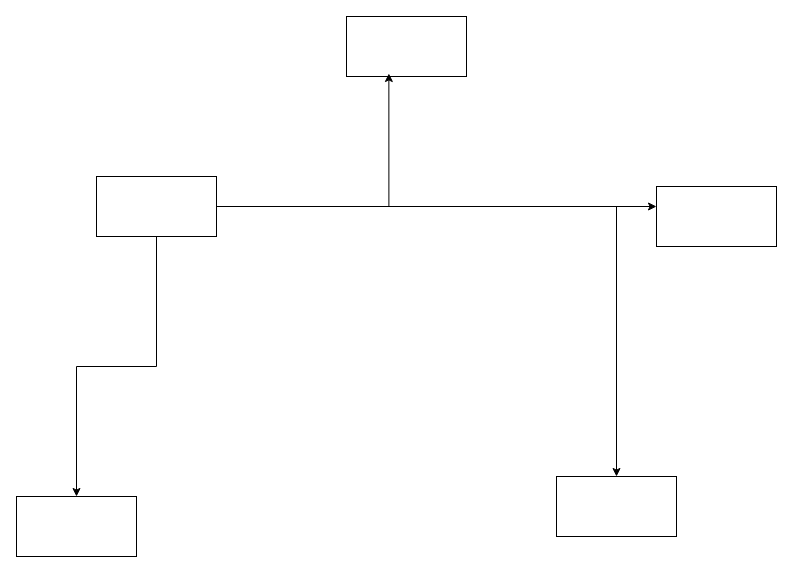
The draw.io diagram Flowchart/UntitledDiagram.drawio in ndyyyyyyyyyy/DashboardScada, before the edit. Source tidied: cells renumbered, new cells numbered last; positions are measured from the earlier drawing's top-left corner, leaving out a move shared by most shapes. Both pictures are drawn from the tidied source at 100%, with x=0, y=0 at pixel (16, 16).
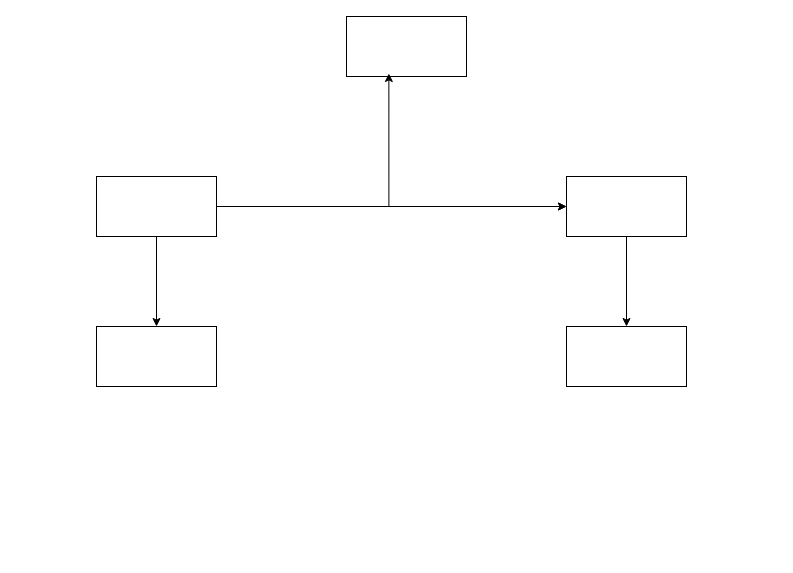
The same page after the edit.

The edit, as a diff of the source:
```diff
@@
 <mxGraphModel>
   <root>
     <mxCell id="0" />
     <mxCell id="1" parent="0" />
     <mxCell id="2" style="edgeStyle=orthogonalEdgeStyle;rounded=0;jettySize=auto;html=1;" parent="1" edge="1" source="5" target="9">
       <mxGeometry relative="1" as="geometry" />
     </mxCell>
     <mxCell id="3" style="edgeStyle=orthogonalEdgeStyle;rounded=0;jettySize=auto;html=1;" parent="1" edge="1" source="5" target="7">
       <mxGeometry relative="1" as="geometry">
         <Array as="points">
           <mxPoint x="480" y="190" />
           <mxPoint x="480" y="190" />
         </Array>
       </mxGeometry>
     </mxCell>
-    <mxCell id="4" style="edgeStyle=orthogonalEdgeStyle;rounded=0;jettySize=auto;html=1;" parent="1" edge="1" source="5" target="8">
+    <mxCell id="4" style="edgeStyle=orthogonalEdgeStyle;rounded=0;jettySize=auto;html=1;" parent="1" edge="1" source="7" target="8">
       <mxGeometry relative="1" as="geometry" />
     </mxCell>
     <mxCell id="5" style="whiteSpace=wrap;html=1;strokeColor=light-dark(#000000,#FFFFFF);gradientColor=none;fillColor=light-dark(#FFFFFF,#FFFFFF);" parent="1" vertex="1">
       <mxGeometry x="80" y="160" width="120" height="60" as="geometry" />
     </mxCell>
     <mxCell id="6" style="whiteSpace=wrap;html=1;strokeColor=light-dark(#000000,#FFFFFF);gradientColor=none;fillColor=light-dark(#FFFFFF,#FFFFFF);" parent="1" vertex="1">
       <mxGeometry x="330" width="120" height="60" as="geometry" />
     </mxCell>
-    <mxCell id="7" style="whiteSpace=wrap;html=1;strokeColor=light-dark(#000000,#FFFFFF);gradientColor=none;fillColor=light-dark(#FFFFFF,#FFFFFF);" parent="1" vertex="1">
-      <mxGeometry x="640" y="170" width="120" height="60" as="geometry" />
-    </mxCell>
     <mxCell id="8" style="whiteSpace=wrap;html=1;strokeColor=light-dark(#000000,#FFFFFF);gradientColor=none;fillColor=light-dark(#FFFFFF,#FFFFFF);" parent="1" vertex="1">
-      <mxGeometry x="540" y="460" width="120" height="60" as="geometry" />
+      <mxGeometry x="550" y="310" width="120" height="60" as="geometry" />
     </mxCell>
     <mxCell id="9" style="whiteSpace=wrap;html=1;strokeColor=light-dark(#000000,#FFFFFF);gradientColor=none;fillColor=light-dark(#FFFFFF,#FFFFFF);" parent="1" vertex="1">
-      <mxGeometry y="480" width="120" height="60" as="geometry" />
+      <mxGeometry x="80" y="310" width="120" height="60" as="geometry" />
     </mxCell>
     <mxCell id="10" style="edgeStyle=orthogonalEdgeStyle;rounded=0;jettySize=auto;html=1;entryX=0.353;entryY=0.95;entryDx=0;entryDy=0;entryPerimeter=0;" parent="1" edge="1" source="5" target="6">
       <mxGeometry relative="1" as="geometry" />
     </mxCell>
+    <mxCell id="11" style="edgeStyle=orthogonalEdgeStyle;rounded=0;jettySize=auto;html=1;" parent="1" edge="1" source="5" target="7">
+      <mxGeometry relative="1" as="geometry" />
+    </mxCell>
+    <mxCell id="7" style="whiteSpace=wrap;html=1;strokeColor=light-dark(#000000,#FFFFFF);gradientColor=none;fillColor=light-dark(#FFFFFF,#FFFFFF);" parent="1" vertex="1">
+      <mxGeometry x="550" y="160" width="120" height="60" as="geometry" />
+    </mxCell>
   </root>
 </mxGraphModel>
```
